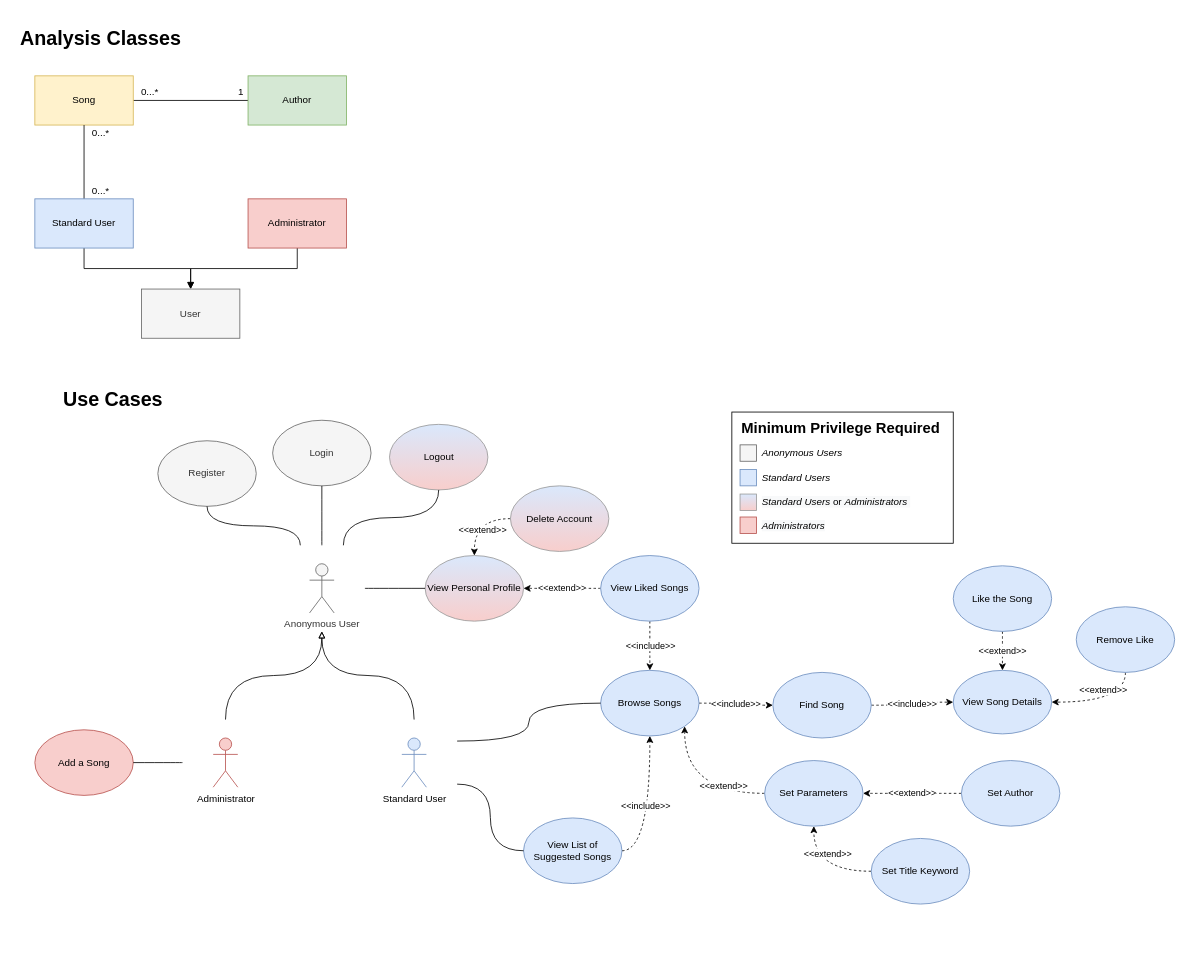
This is UML.drawio from danielecioffo/SoundHabit, a draw.io file, before an edit. Source tidied: cells renumbered, new cells numbered last; positions are measured from the earlier drawing's top-left corner, leaving out a move shared by most shapes. Both pictures are drawn from the tidied source at 82%, with x=0, y=0 at pixel (14, 18).
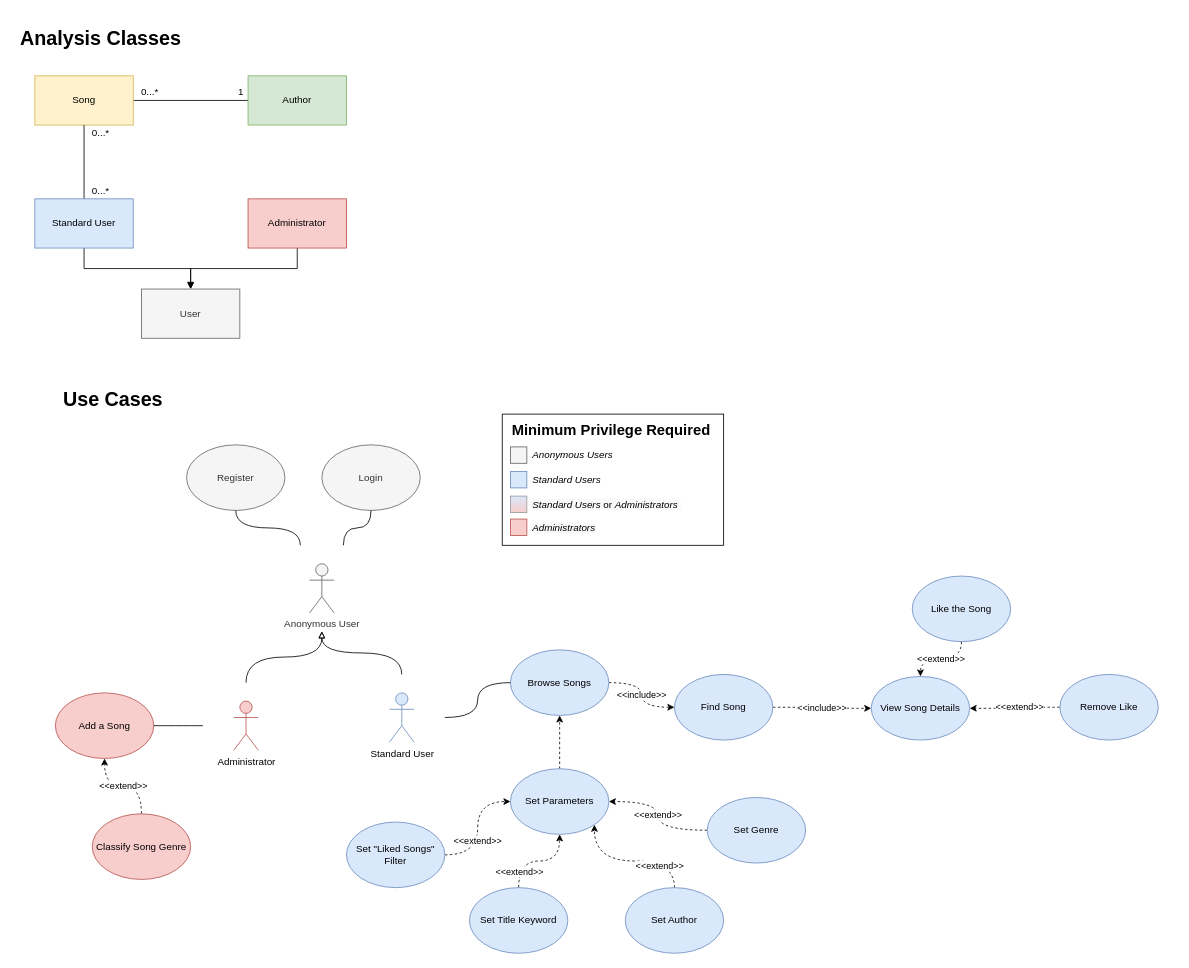
The same diagram, later.

Unchanged cells that the change refers to:
```xml
<mxCell id="20" style="whiteSpace=wrap;html=1;fillColor=none;strokeColor=none;" parent="19" vertex="1">
  <mxGeometry width="105" height="105" as="geometry" />
</mxCell>
<mxCell id="28" style="whiteSpace=wrap;html=1;fillColor=none;strokeColor=none;" parent="27" vertex="1">
  <mxGeometry width="105" height="105" as="geometry" />
</mxCell>
```

Change to the diagram source:
```diff
@@
     <mxCell id="2" style="whiteSpace=wrap;html=1;align=left;" parent="1" vertex="1">
-      <mxGeometry x="875" y="480" width="270" height="160" as="geometry" />
+      <mxGeometry x="595" y="482.5" width="270" height="160" as="geometry" />
     </mxCell>
@@
     <mxCell id="18" value="Register" style="ellipse;whiteSpace=wrap;html=1;fillColor=#f5f5f5;strokeColor=#666666;fontColor=#333333;" parent="1" vertex="1">
-      <mxGeometry x="175" y="515" width="120" height="80" as="geometry" />
+      <mxGeometry x="210" y="520" width="120" height="80" as="geometry" />
     </mxCell>
@@
     <mxCell id="23" value="Login" style="ellipse;whiteSpace=wrap;html=1;fillColor=#f5f5f5;strokeColor=#666666;fontColor=#333333;" parent="1" vertex="1">
-      <mxGeometry x="315" y="490" width="120" height="80" as="geometry" />
+      <mxGeometry x="375" y="520" width="120" height="80" as="geometry" />
     </mxCell>
-    <mxCell id="24" style="edgeStyle=orthogonalEdgeStyle;curved=1;rounded=0;jettySize=auto;html=1;exitX=0.5;exitY=0;exitDx=0;exitDy=0;entryX=0.5;entryY=1;entryDx=0;entryDy=0;endArrow=none;endFill=0;" parent="1" edge="1" source="20" target="23">
+    <mxCell id="24" style="edgeStyle=orthogonalEdgeStyle;curved=1;rounded=0;jettySize=auto;html=1;exitX=0.75;exitY=0;exitDx=0;exitDy=0;entryX=0.5;entryY=1;entryDx=0;entryDy=0;endArrow=none;endFill=0;" parent="1" edge="1" source="20" target="23">
       <mxGeometry relative="1" as="geometry" />
     </mxCell>
-    <mxCell id="25" value="Logout" style="ellipse;whiteSpace=wrap;html=1;fillColor=#DAE8FC;gradientColor=#F8CECC;strokeColor=#999999;gradientDirection=south;" parent="1" vertex="1">
-      <mxGeometry x="457.5" y="495" width="120" height="80" as="geometry" />
-    </mxCell>
-    <mxCell id="26" style="edgeStyle=orthogonalEdgeStyle;curved=1;rounded=0;jettySize=auto;html=1;exitX=0.75;exitY=0;exitDx=0;exitDy=0;entryX=0.5;entryY=1;entryDx=0;entryDy=0;endArrow=none;endFill=0;" parent="1" edge="1" source="20" target="25">
-      <mxGeometry relative="1" as="geometry" />
-    </mxCell>
     <mxCell id="27" style="group;" parent="1" vertex="1">
-      <mxGeometry x="435" y="855" width="105" height="105" as="geometry" />
+      <mxGeometry x="420" y="800" width="105" height="105" as="geometry" />
     </mxCell>
@@
     <mxCell id="31" style="group;" parent="1" vertex="1">
-      <mxGeometry x="205" y="855" width="105" height="105" as="geometry" />
+      <mxGeometry x="230" y="810" width="105" height="105" as="geometry" />
     </mxCell>
@@
     <mxCell id="36" value="Browse Songs" style="ellipse;whiteSpace=wrap;html=1;fillColor=#dae8fc;strokeColor=#6c8ebf;" parent="1" vertex="1">
-      <mxGeometry x="715" y="795" width="120" height="80" as="geometry" />
+      <mxGeometry x="605" y="770" width="120" height="80" as="geometry" />
     </mxCell>
-    <mxCell id="37" style="edgeStyle=orthogonalEdgeStyle;curved=1;rounded=0;jettySize=auto;html=1;exitX=1;exitY=0.25;exitDx=0;exitDy=0;entryX=0;entryY=0.5;entryDx=0;entryDy=0;endArrow=none;endFill=0;" parent="1" edge="1" source="28" target="36">
+    <mxCell id="37" style="edgeStyle=orthogonalEdgeStyle;curved=1;rounded=0;jettySize=auto;html=1;exitX=1;exitY=0.5;exitDx=0;exitDy=0;entryX=0;entryY=0.5;entryDx=0;entryDy=0;endArrow=none;endFill=0;" parent="1" edge="1" source="28" target="36">
       <mxGeometry relative="1" as="geometry" />
     </mxCell>
@@
     <mxCell id="39" value="Find Song" style="ellipse;whiteSpace=wrap;html=1;fillColor=#dae8fc;strokeColor=#6c8ebf;" parent="1" vertex="1">
-      <mxGeometry x="925" y="797.5" width="120" height="80" as="geometry" />
+      <mxGeometry x="805" y="800" width="120" height="80" as="geometry" />
     </mxCell>
-    <mxCell id="40" style="edgeStyle=orthogonalEdgeStyle;curved=1;rounded=0;jettySize=auto;html=1;exitX=0;exitY=0.5;exitDx=0;exitDy=0;entryX=1;entryY=1;entryDx=0;entryDy=0;dashed=1;startArrow=none;startFill=0;endArrow=classic;endFill=1;" parent="1" edge="1" source="42" target="36">
+    <mxCell id="40" style="edgeStyle=orthogonalEdgeStyle;rounded=0;jettySize=auto;html=1;exitX=0.5;exitY=0;exitDx=0;exitDy=0;entryX=0.5;entryY=1;entryDx=0;entryDy=0;curved=1;dashed=1;" parent="1" edge="1" source="42" target="36">
       <mxGeometry relative="1" as="geometry" />
     </mxCell>
-    <mxCell id="41" value="&amp;lt;&amp;lt;extend&amp;gt;&amp;gt;" style="edgeLabel;html=1;align=center;verticalAlign=middle;" parent="40" vertex="1">
-      <mxGeometry x="-0.28" y="-22" relative="1" as="geometry">
-        <mxPoint x="14.3" y="12" as="offset" />
-      </mxGeometry>
-    </mxCell>
     <mxCell id="42" value="Set Parameters" style="ellipse;whiteSpace=wrap;html=1;fillColor=#dae8fc;strokeColor=#6c8ebf;" parent="1" vertex="1">
-      <mxGeometry x="915" y="905" width="120" height="80" as="geometry" />
+      <mxGeometry x="605" y="915" width="120" height="80" as="geometry" />
     </mxCell>
-    <mxCell id="43" value="&amp;lt;&amp;lt;extend&amp;gt;&amp;gt;" style="edgeStyle=orthogonalEdgeStyle;curved=1;rounded=0;jettySize=auto;html=1;exitX=0;exitY=0.5;exitDx=0;exitDy=0;entryX=1;entryY=0.5;entryDx=0;entryDy=0;dashed=1;startArrow=none;startFill=0;endArrow=classic;endFill=1;" parent="1" edge="1" source="44" target="42">
-      <mxGeometry relative="1" as="geometry">
-        <Array as="points">
-          <mxPoint x="1085" y="945" />
-          <mxPoint x="1085" y="945" />
-        </Array>
-      </mxGeometry>
+    <mxCell id="43" style="edgeStyle=orthogonalEdgeStyle;curved=1;rounded=0;jettySize=auto;html=1;exitX=0.5;exitY=0;exitDx=0;exitDy=0;entryX=1;entryY=1;entryDx=0;entryDy=0;dashed=1;" parent="1" edge="1" source="44" target="42">
+      <mxGeometry relative="1" as="geometry" />
     </mxCell>
+    <mxCell id="78" value="&amp;lt;&amp;lt;extend&amp;gt;&amp;gt;" style="edgeLabel;html=1;align=center;verticalAlign=middle;" parent="43" vertex="1">
+      <mxGeometry x="-0.4" y="6" relative="1" as="geometry">
+        <mxPoint x="1" as="offset" />
+      </mxGeometry>
+    </mxCell>
     <mxCell id="44" value="Set Author" style="ellipse;whiteSpace=wrap;html=1;fillColor=#dae8fc;strokeColor=#6c8ebf;" parent="1" vertex="1">
-      <mxGeometry x="1155" y="905" width="120" height="80" as="geometry" />
+      <mxGeometry x="745" y="1060" width="120" height="80" as="geometry" />
     </mxCell>
-    <mxCell id="45" style="edgeStyle=orthogonalEdgeStyle;curved=1;rounded=0;jettySize=auto;html=1;exitX=0;exitY=0.5;exitDx=0;exitDy=0;entryX=0.5;entryY=1;entryDx=0;entryDy=0;dashed=1;startArrow=none;startFill=0;endArrow=classic;endFill=1;" parent="1" edge="1" source="47" target="42">
+    <mxCell id="45" style="edgeStyle=orthogonalEdgeStyle;curved=1;rounded=0;jettySize=auto;html=1;exitX=0.5;exitY=0;exitDx=0;exitDy=0;entryX=0.5;entryY=1;entryDx=0;entryDy=0;dashed=1;startArrow=none;startFill=0;endArrow=classic;endFill=1;" parent="1" edge="1" source="47" target="42">
       <mxGeometry relative="1" as="geometry" />
     </mxCell>
     <mxCell id="46" value="&amp;lt;&amp;lt;extend&amp;gt;&amp;gt;" style="edgeLabel;html=1;align=center;verticalAlign=middle;" parent="45" vertex="1">
-      <mxGeometry x="-0.13" y="-22" relative="1" as="geometry" />
+      <mxGeometry x="-0.13" y="-22" relative="1" as="geometry">
+        <mxPoint x="-17.5" y="-9.5" as="offset" />
+      </mxGeometry>
     </mxCell>
     <mxCell id="47" value="Set Title Keyword" style="ellipse;whiteSpace=wrap;html=1;fillColor=#dae8fc;strokeColor=#6c8ebf;" parent="1" vertex="1">
-      <mxGeometry x="1045" y="1000" width="120" height="80" as="geometry" />
+      <mxGeometry x="555" y="1060" width="120" height="80" as="geometry" />
     </mxCell>
     <mxCell id="48" value="View Song Details" style="ellipse;whiteSpace=wrap;html=1;fillColor=#dae8fc;strokeColor=#6c8ebf;" parent="1" vertex="1">
-      <mxGeometry x="1145" y="795" width="120" height="77.5" as="geometry" />
+      <mxGeometry x="1045" y="802.5" width="120" height="77.5" as="geometry" />
     </mxCell>
@@
     <mxCell id="50" value="Like the Song" style="ellipse;whiteSpace=wrap;html=1;fillColor=#dae8fc;strokeColor=#6c8ebf;" parent="1" vertex="1">
-      <mxGeometry x="1145" y="667.5" width="120" height="80" as="geometry" />
+      <mxGeometry x="1095" y="680" width="120" height="80" as="geometry" />
     </mxCell>
     <mxCell id="51" value="Add a Song" style="ellipse;whiteSpace=wrap;html=1;fillColor=#f8cecc;strokeColor=#b85450;" parent="1" vertex="1">
-      <mxGeometry x="25" y="867.5" width="120" height="80" as="geometry" />
+      <mxGeometry x="50" y="822.5" width="120" height="80" as="geometry" />
     </mxCell>
@@
-    <mxCell id="53" value="View Personal Profile" style="ellipse;whiteSpace=wrap;html=1;fillColor=#DAE8FC;gradientColor=#F8CECC;strokeColor=#999999;gradientDirection=south;" parent="1" vertex="1">
-      <mxGeometry x="501" y="655" width="120" height="80" as="geometry" />
-    </mxCell>
-    <mxCell id="54" style="edgeStyle=orthogonalEdgeStyle;curved=1;rounded=0;jettySize=auto;html=1;exitX=1;exitY=0.5;exitDx=0;exitDy=0;endArrow=none;endFill=0;" parent="1" edge="1" source="20" target="53">
-      <mxGeometry relative="1" as="geometry" />
-    </mxCell>
-    <mxCell id="55" style="edgeStyle=orthogonalEdgeStyle;curved=1;rounded=0;jettySize=auto;html=1;exitX=0;exitY=0.5;exitDx=0;exitDy=0;entryX=0.5;entryY=0;entryDx=0;entryDy=0;endArrow=classic;endFill=1;dashed=1;" parent="1" edge="1" source="57" target="53">
-      <mxGeometry relative="1" as="geometry" />
-    </mxCell>
-    <mxCell id="56" value="&amp;lt;&amp;lt;extend&amp;gt;&amp;gt;" style="edgeLabel;html=1;align=center;verticalAlign=middle;" parent="55" vertex="1">
-      <mxGeometry x="-0.18" y="13" relative="1" as="geometry">
-        <mxPoint x="1" as="offset" />
-      </mxGeometry>
-    </mxCell>
-    <mxCell id="57" value="Delete Account" style="ellipse;whiteSpace=wrap;html=1;fillColor=#DAE8FC;gradientColor=#F8CECC;strokeColor=#999999;gradientDirection=south;" parent="1" vertex="1">
-      <mxGeometry x="605" y="570" width="120" height="80" as="geometry" />
-    </mxCell>
-    <mxCell id="58" style="rounded=0;jettySize=auto;html=1;exitX=0.5;exitY=1;exitDx=0;exitDy=0;entryX=0.5;entryY=0;entryDx=0;entryDy=0;dashed=1;startArrow=none;startFill=0;endArrow=classic;endFill=1;edgeStyle=orthogonalEdgeStyle;curved=1;" parent="1" edge="1" source="61" target="36">
-      <mxGeometry relative="1" as="geometry" />
-    </mxCell>
-    <mxCell id="59" value="&amp;lt;&amp;lt;include&amp;gt;&amp;gt;" style="edgeLabel;html=1;align=center;verticalAlign=middle;" parent="58" vertex="1">
-      <mxGeometry x="0.13" y="2" relative="1" as="geometry">
-        <mxPoint x="-2" y="-4.3" as="offset" />
-      </mxGeometry>
-    </mxCell>
-    <mxCell id="60" value="&amp;lt;&amp;lt;extend&amp;gt;&amp;gt;" style="edgeStyle=orthogonalEdgeStyle;curved=1;rounded=0;jettySize=auto;html=1;exitX=0;exitY=0.5;exitDx=0;exitDy=0;entryX=1;entryY=0.5;entryDx=0;entryDy=0;dashed=1;startArrow=none;startFill=0;endArrow=classic;endFill=1;" parent="1" edge="1" source="61" target="53">
-      <mxGeometry relative="1" as="geometry">
-        <Array as="points">
-          <mxPoint x="675" y="695" />
-          <mxPoint x="675" y="695" />
-        </Array>
-      </mxGeometry>
-    </mxCell>
-    <mxCell id="61" value="View Liked Songs" style="ellipse;whiteSpace=wrap;html=1;fillColor=#dae8fc;strokeColor=#6c8ebf;gradientDirection=south;" parent="1" vertex="1">
-      <mxGeometry x="715" y="655" width="120" height="80" as="geometry" />
-    </mxCell>
-    <mxCell id="62" style="edgeStyle=orthogonalEdgeStyle;curved=1;rounded=0;jettySize=auto;html=1;exitX=0.5;exitY=1;exitDx=0;exitDy=0;entryX=1;entryY=0.5;entryDx=0;entryDy=0;dashed=1;startArrow=none;startFill=0;endArrow=classic;endFill=1;" parent="1" edge="1" source="64" target="48">
+    <mxCell id="62" style="edgeStyle=orthogonalEdgeStyle;curved=1;rounded=0;jettySize=auto;html=1;exitX=0;exitY=0.5;exitDx=0;exitDy=0;entryX=1;entryY=0.5;entryDx=0;entryDy=0;dashed=1;startArrow=none;startFill=0;endArrow=classic;endFill=1;" parent="1" edge="1" source="64" target="48">
       <mxGeometry relative="1" as="geometry" />
     </mxCell>
     <mxCell id="63" value="&amp;lt;&amp;lt;extend&amp;gt;&amp;gt;" style="edgeLabel;html=1;align=center;verticalAlign=middle;" parent="62" vertex="1">
-      <mxGeometry x="0.02" y="-15" relative="1" as="geometry" />
+      <mxGeometry x="0.02" y="-15" relative="1" as="geometry">
+        <mxPoint x="5.7" y="13.7" as="offset" />
+      </mxGeometry>
     </mxCell>
     <mxCell id="64" value="Remove Like" style="ellipse;whiteSpace=wrap;html=1;fillColor=#dae8fc;strokeColor=#6c8ebf;" parent="1" vertex="1">
-      <mxGeometry x="1295" y="717.5" width="120" height="80" as="geometry" />
+      <mxGeometry x="1275" y="800" width="120" height="80" as="geometry" />
     </mxCell>
-    <mxCell id="65" style="edgeStyle=orthogonalEdgeStyle;curved=1;rounded=0;jettySize=auto;html=1;exitX=1;exitY=0.5;exitDx=0;exitDy=0;entryX=0.5;entryY=1;entryDx=0;entryDy=0;startArrow=none;startFill=0;endArrow=classic;endFill=1;dashed=1;" parent="1" edge="1" source="67" target="36">
-      <mxGeometry relative="1" as="geometry" />
-    </mxCell>
-    <mxCell id="66" value="&amp;lt;&amp;lt;include&amp;gt;&amp;gt;" style="edgeLabel;html=1;align=center;verticalAlign=middle;" parent="65" vertex="1">
-      <mxGeometry x="0.04" y="6" relative="1" as="geometry" />
-    </mxCell>
-    <mxCell id="67" value="View List of Suggested Songs" style="ellipse;whiteSpace=wrap;html=1;fillColor=#dae8fc;strokeColor=#6c8ebf;" parent="1" vertex="1">
-      <mxGeometry x="621" y="975" width="120" height="80" as="geometry" />
-    </mxCell>
-    <mxCell id="68" style="edgeStyle=orthogonalEdgeStyle;curved=1;rounded=0;jettySize=auto;html=1;exitX=1;exitY=0.75;exitDx=0;exitDy=0;entryX=0;entryY=0.5;entryDx=0;entryDy=0;startArrow=none;startFill=0;endArrow=none;endFill=0;" parent="1" edge="1" source="28" target="67">
-      <mxGeometry relative="1" as="geometry" />
-    </mxCell>
     <mxCell id="69" value="&lt;h2&gt;Minimum Privilege Required&lt;/h2&gt;" style="text;html=1;align=left;verticalAlign=middle;" parent="1" vertex="1">
-      <mxGeometry x="885" y="475" width="260" height="50" as="geometry" />
+      <mxGeometry x="605" y="477.5" width="260" height="50" as="geometry" />
     </mxCell>
     <mxCell id="70" style="whiteSpace=wrap;html=1;strokeColor=#6c8ebf;fillColor=#dae8fc;" parent="1" vertex="1">
-      <mxGeometry x="885" y="550" width="20" height="20" as="geometry" />
+      <mxGeometry x="605" y="552.5" width="20" height="20" as="geometry" />
     </mxCell>
     <mxCell id="71" value="&lt;p&gt;&lt;i&gt;Anonymous Users&lt;/i&gt;&lt;/p&gt;" style="text;html=1;align=left;verticalAlign=middle;" parent="1" vertex="1">
-      <mxGeometry x="910" y="510" width="110" height="40" as="geometry" />
+      <mxGeometry x="630" y="512.5" width="110" height="40" as="geometry" />
     </mxCell>
     <mxCell id="72" value="&lt;p&gt;&lt;i&gt;Standard Users&lt;/i&gt;&lt;/p&gt;" style="text;html=1;align=left;verticalAlign=middle;" parent="1" vertex="1">
-      <mxGeometry x="910" y="540" width="100" height="40" as="geometry" />
+      <mxGeometry x="630" y="542.5" width="100" height="40" as="geometry" />
     </mxCell>
     <mxCell id="73" value="&lt;i style=&quot;color: rgb(0 , 0 , 0) ; font-family: &amp;#34;helvetica&amp;#34; ; font-size: 12px ; font-weight: 400 ; letter-spacing: normal ; text-align: left ; text-indent: 0px ; text-transform: none ; word-spacing: 0px ; background-color: rgb(248 , 249 , 250)&quot;&gt;Standard Users &lt;/i&gt;&lt;span style=&quot;color: rgb(0 , 0 , 0) ; font-family: &amp;#34;helvetica&amp;#34; ; font-size: 12px ; font-weight: 400 ; letter-spacing: normal ; text-align: left ; text-indent: 0px ; text-transform: none ; word-spacing: 0px ; background-color: rgb(248 , 249 , 250)&quot;&gt;or &lt;/span&gt;&lt;i style=&quot;color: rgb(0 , 0 , 0) ; font-family: &amp;#34;helvetica&amp;#34; ; font-size: 12px ; font-weight: 400 ; letter-spacing: normal ; text-align: left ; text-indent: 0px ; text-transform: none ; word-spacing: 0px ; background-color: rgb(248 , 249 , 250)&quot;&gt;Administrators&amp;nbsp;&lt;/i&gt;" style="text;whiteSpace=wrap;html=1;" parent="1" vertex="1">
-      <mxGeometry x="910" y="576" width="190" height="30" as="geometry" />
+      <mxGeometry x="630" y="578.5" width="190" height="30" as="geometry" />
     </mxCell>
     <mxCell id="74" style="whiteSpace=wrap;html=1;strokeColor=#666666;fillColor=#f5f5f5;fontColor=#333333;" parent="1" vertex="1">
-      <mxGeometry x="885" y="520" width="20" height="20" as="geometry" />
+      <mxGeometry x="605" y="522.5" width="20" height="20" as="geometry" />
     </mxCell>
     <mxCell id="75" style="whiteSpace=wrap;html=1;strokeColor=#999999;fillColor=#DAE8FC;gradientColor=#F8CECC;gradientDirection=south;" parent="1" vertex="1">
-      <mxGeometry x="885" y="580" width="20" height="20" as="geometry" />
+      <mxGeometry x="605" y="582.5" width="20" height="20" as="geometry" />
     </mxCell>
     <mxCell id="76" style="whiteSpace=wrap;html=1;strokeColor=#b85450;fillColor=#f8cecc;gradientDirection=south;" parent="1" vertex="1">
-      <mxGeometry x="885" y="608" width="20" height="20" as="geometry" />
+      <mxGeometry x="605" y="610.5" width="20" height="20" as="geometry" />
     </mxCell>
     <mxCell id="77" value="&lt;i style=&quot;color: rgb(0 , 0 , 0) ; font-family: &amp;#34;helvetica&amp;#34; ; font-size: 12px ; font-weight: 400 ; letter-spacing: normal ; text-align: left ; text-indent: 0px ; text-transform: none ; word-spacing: 0px ; background-color: rgb(248 , 249 , 250)&quot;&gt;Administrators&lt;/i&gt;" style="text;whiteSpace=wrap;html=1;" parent="1" vertex="1">
-      <mxGeometry x="910" y="605" width="190" height="30" as="geometry" />
+      <mxGeometry x="630" y="607.5" width="190" height="30" as="geometry" />
     </mxCell>
+    <mxCell id="79" value="&amp;lt;&amp;lt;extend&amp;gt;&amp;gt;" style="edgeStyle=orthogonalEdgeStyle;curved=1;rounded=0;jettySize=auto;html=1;exitX=0;exitY=0.5;exitDx=0;exitDy=0;entryX=1;entryY=0.5;entryDx=0;entryDy=0;dashed=1;" parent="1" edge="1" source="80" target="42">
+      <mxGeometry relative="1" as="geometry" />
+    </mxCell>
+    <mxCell id="80" value="Set Genre" style="ellipse;whiteSpace=wrap;html=1;fillColor=#dae8fc;strokeColor=#6c8ebf;" parent="1" vertex="1">
+      <mxGeometry x="845" y="950" width="120" height="80" as="geometry" />
+    </mxCell>
+    <mxCell id="81" style="edgeStyle=orthogonalEdgeStyle;curved=1;rounded=0;jettySize=auto;html=1;exitX=1;exitY=0.5;exitDx=0;exitDy=0;dashed=1;" parent="1" edge="1" source="83" target="42">
+      <mxGeometry relative="1" as="geometry" />
+    </mxCell>
+    <mxCell id="82" value="&amp;lt;&amp;lt;extend&amp;gt;&amp;gt;" style="edgeLabel;html=1;align=center;verticalAlign=middle;" parent="81" vertex="1">
+      <mxGeometry x="-0.2" y="2" relative="1" as="geometry">
+        <mxPoint x="1" as="offset" />
+      </mxGeometry>
+    </mxCell>
+    <mxCell id="83" value="Set &quot;Liked Songs&quot; Filter" style="ellipse;whiteSpace=wrap;html=1;fillColor=#dae8fc;strokeColor=#6c8ebf;" parent="1" vertex="1">
+      <mxGeometry x="405" y="980" width="120" height="80" as="geometry" />
+    </mxCell>
+    <mxCell id="84" value="&amp;lt;&amp;lt;extend&amp;gt;&amp;gt;" style="edgeStyle=orthogonalEdgeStyle;curved=1;rounded=0;jettySize=auto;html=1;exitX=0.5;exitY=0;exitDx=0;exitDy=0;dashed=1;" parent="1" edge="1" source="85" target="51">
+      <mxGeometry relative="1" as="geometry" />
+    </mxCell>
+    <mxCell id="85" value="Classify Song Genre" style="ellipse;whiteSpace=wrap;html=1;fillColor=#f8cecc;strokeColor=#b85450;" parent="1" vertex="1">
+      <mxGeometry x="95" y="970" width="120" height="80" as="geometry" />
+    </mxCell>
```
